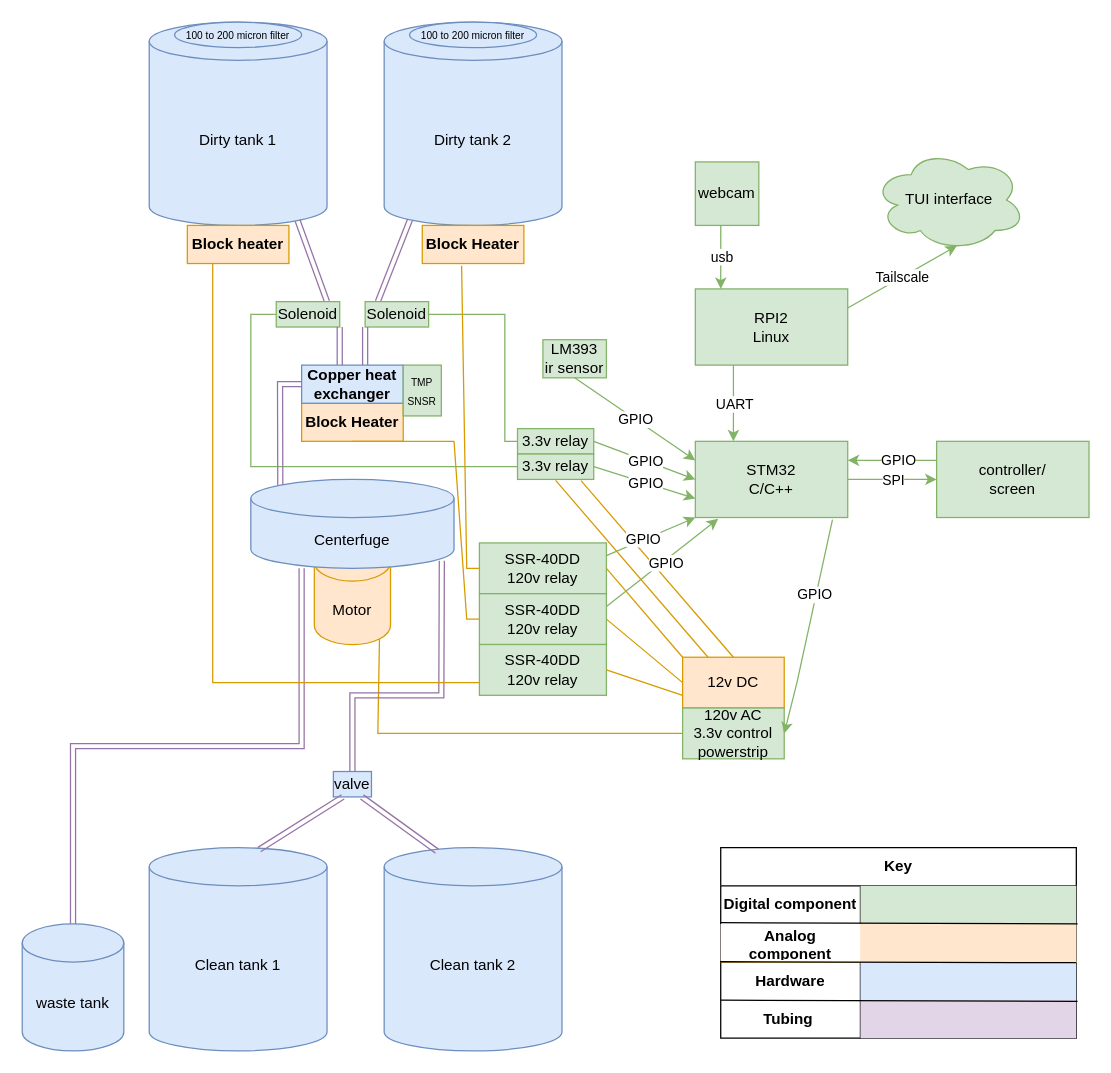
Before: documentation/braindump-outline.drawio in corbinpro/WVO-WMO-refinery, a draw.io diagram. Source tidied: cells renumbered, new cells numbered last; positions are measured from the earlier drawing's top-left corner, leaving out a move shared by most shapes. Both pictures are drawn from the tidied source at 127%, with x=0, y=0 at pixel (22, 22).
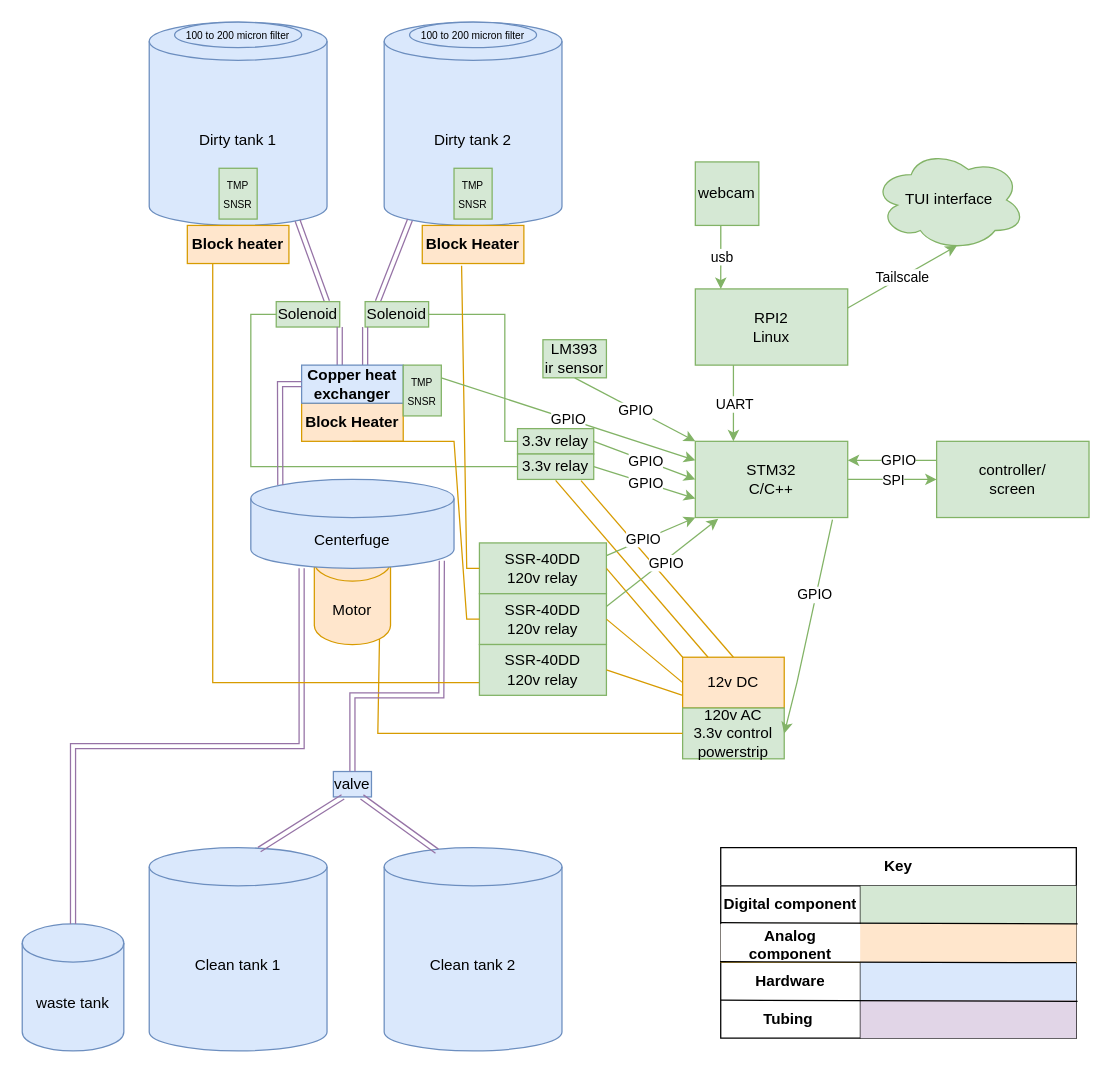
The same page after the edit.

Unchanged cells that the change refers to:
```xml
<mxCell id="2" value="STM32&lt;br&gt;C/C++" style="rounded=0;whiteSpace=wrap;html=1;fillColor=#d5e8d4;strokeColor=#82b366;" parent="1" vertex="1">
  <mxGeometry x="530" y="330" width="120" height="60" as="geometry" />
</mxCell>
<mxCell id="33" value="&lt;font style=&quot;font-size: 8px;&quot;&gt;TMP&lt;/font&gt;&lt;div&gt;&lt;font style=&quot;font-size: 8px;&quot;&gt;SNSR&lt;/font&gt;&lt;/div&gt;" style="rounded=0;whiteSpace=wrap;html=1;fillColor=#d5e8d4;strokeColor=#82b366;" parent="1" vertex="1">
  <mxGeometry x="300" y="270" width="30" height="40" as="geometry" />
</mxCell>
<mxCell id="58" value="LM393&lt;br&gt;ir sensor" style="rounded=0;whiteSpace=wrap;html=1;fillColor=#d5e8d4;strokeColor=#82b366;" parent="1" vertex="1">
  <mxGeometry x="410" y="250" width="50" height="30" as="geometry" />
</mxCell>
```

Change to the diagram source:
```diff
@@
-    <mxCell id="73" style="endArrow=classic;html=1;rounded=0;exitX=0.5;exitY=1;exitDx=0;exitDy=0;entryX=0;entryY=0.25;entryDx=0;entryDy=0;fillColor=#d5e8d4;strokeColor=#82b366;" parent="1" edge="1" source="58" target="2">
+    <mxCell id="73" style="endArrow=classic;html=1;rounded=0;exitX=0.5;exitY=1;exitDx=0;exitDy=0;entryX=0;entryY=0;entryDx=0;entryDy=0;fillColor=#d5e8d4;strokeColor=#82b366;" parent="1" edge="1" source="58" target="2">
       <mxGeometry relative="1" as="geometry" />
     </mxCell>
@@
+    <mxCell id="90" style="endArrow=classic;html=1;rounded=0;exitX=1;exitY=0.25;exitDx=0;exitDy=0;entryX=0;entryY=0.25;entryDx=0;entryDy=0;fillColor=#d5e8d4;strokeColor=#82b366;" parent="1" edge="1" source="33" target="2">
+      <mxGeometry relative="1" as="geometry" />
+    </mxCell>
+    <mxCell id="91" value="GPIO" style="edgeLabel;html=1;align=center;verticalAlign=middle;" parent="90" vertex="1">
+      <mxGeometry relative="1" as="geometry" />
+    </mxCell>
+    <mxCell id="92" value="&lt;font style=&quot;font-size: 8px;&quot;&gt;TMP&lt;/font&gt;&lt;div&gt;&lt;font style=&quot;font-size: 8px;&quot;&gt;SNSR&lt;/font&gt;&lt;/div&gt;" style="rounded=0;whiteSpace=wrap;html=1;fillColor=#d5e8d4;strokeColor=#82b366;" parent="1" vertex="1">
+      <mxGeometry x="340" y="115" width="30" height="40" as="geometry" />
+    </mxCell>
+    <mxCell id="93" value="&lt;font style=&quot;font-size: 8px;&quot;&gt;TMP&lt;/font&gt;&lt;div&gt;&lt;font style=&quot;font-size: 8px;&quot;&gt;SNSR&lt;/font&gt;&lt;/div&gt;" style="rounded=0;whiteSpace=wrap;html=1;fillColor=#d5e8d4;strokeColor=#82b366;" parent="1" vertex="1">
+      <mxGeometry x="155" y="115" width="30" height="40" as="geometry" />
+    </mxCell>
```
